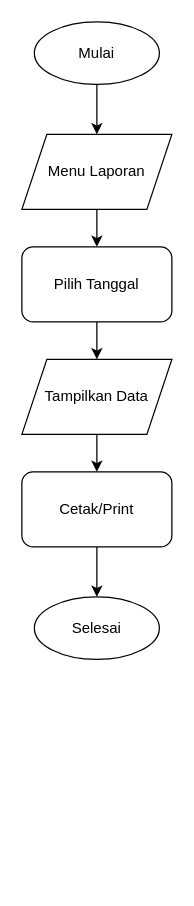
Earlier version of the draw.io diagram diagram/flowchart/11_admin_laporan.drawio (RajaSunrise/ud_zivana). Source tidied: cells renumbered, new cells numbered last; positions are measured from the earlier drawing's top-left corner, leaving out a move shared by most shapes. Both pictures are drawn from the tidied source at 125%, with x=0, y=0 at pixel (21, 21).
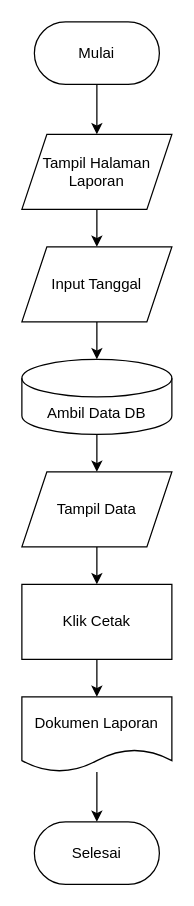
After the change.

What changed in the source:
```diff
@@
 <mxGraphModel>
   <root>
     <mxCell id="0" />
     <mxCell id="1" parent="0" />
-    <mxCell id="2" value="Mulai" style="ellipse;whiteSpace=wrap;html=1;" parent="1" vertex="1">
+    <mxCell id="2" value="Mulai" style="rounded=1;whiteSpace=wrap;html=1;arcSize=50;" parent="1" vertex="1">
       <mxGeometry x="10" width="100" height="50" as="geometry" />
     </mxCell>
-    <mxCell id="3" value="Menu Laporan" style="shape=parallelogram;perimeter=parallelogramPerimeter;whiteSpace=wrap;html=1;fixedSize=1;" parent="1" vertex="1">
+    <mxCell id="3" value="Tampil Halaman Laporan" style="shape=parallelogram;perimeter=parallelogramPerimeter;whiteSpace=wrap;html=1;fixedSize=1;" parent="1" vertex="1">
       <mxGeometry y="90" width="120" height="60" as="geometry" />
     </mxCell>
-    <mxCell id="4" value="Pilih Tanggal" style="rounded=1;whiteSpace=wrap;html=1;" parent="1" vertex="1">
+    <mxCell id="4" value="Input Tanggal" style="shape=parallelogram;perimeter=parallelogramPerimeter;whiteSpace=wrap;html=1;fixedSize=1;" parent="1" vertex="1">
       <mxGeometry y="180" width="120" height="60" as="geometry" />
     </mxCell>
-    <mxCell id="5" value="Tampilkan Data" style="shape=parallelogram;perimeter=parallelogramPerimeter;whiteSpace=wrap;html=1;fixedSize=1;" parent="1" vertex="1">
+    <mxCell id="5" value="Ambil Data DB" style="shape=cylinder3;whiteSpace=wrap;html=1;boundedLbl=1;backgroundOutline=1;size=15;" parent="1" vertex="1">
       <mxGeometry y="270" width="120" height="60" as="geometry" />
     </mxCell>
-    <mxCell id="6" value="Cetak/Print" style="rounded=1;whiteSpace=wrap;html=1;" parent="1" vertex="1">
+    <mxCell id="6" value="Tampil Data" style="shape=parallelogram;perimeter=parallelogramPerimeter;whiteSpace=wrap;html=1;fixedSize=1;" parent="1" vertex="1">
       <mxGeometry y="360" width="120" height="60" as="geometry" />
     </mxCell>
-    <mxCell id="7" value="Selesai" style="ellipse;whiteSpace=wrap;html=1;" parent="1" vertex="1">
-      <mxGeometry x="10" y="460" width="100" height="50" as="geometry" />
+    <mxCell id="7" value="Klik Cetak" style="rounded=0;whiteSpace=wrap;html=1;" parent="1" vertex="1">
+      <mxGeometry y="450" width="120" height="60" as="geometry" />
     </mxCell>
-    <mxCell id="8" style="edgeStyle=orthogonalEdgeStyle;rounded=0;jettySize=auto;html=1;" parent="1" edge="1" source="2" target="3">
-      <mxGeometry relative="1" as="geometry" />
+    <mxCell id="8" value="Dokumen Laporan" style="shape=document;whiteSpace=wrap;html=1;boundedLbl=1;" parent="1" vertex="1">
+      <mxGeometry y="540" width="120" height="60" as="geometry" />
     </mxCell>
-    <mxCell id="9" style="edgeStyle=orthogonalEdgeStyle;rounded=0;jettySize=auto;html=1;" parent="1" edge="1" source="3" target="4">
-      <mxGeometry relative="1" as="geometry" />
+    <mxCell id="9" value="Selesai" style="rounded=1;whiteSpace=wrap;html=1;arcSize=50;" parent="1" vertex="1">
+      <mxGeometry x="10" y="640" width="100" height="50" as="geometry" />
     </mxCell>
-    <mxCell id="10" style="edgeStyle=orthogonalEdgeStyle;rounded=0;jettySize=auto;html=1;" parent="1" edge="1" source="4" target="5">
+    <mxCell id="10" style="edgeStyle=orthogonalEdgeStyle;rounded=0;jettySize=auto;html=1;" parent="1" edge="1" source="2" target="3">
       <mxGeometry relative="1" as="geometry" />
     </mxCell>
-    <mxCell id="11" style="edgeStyle=orthogonalEdgeStyle;rounded=0;jettySize=auto;html=1;" parent="1" edge="1" source="5" target="6">
+    <mxCell id="11" style="edgeStyle=orthogonalEdgeStyle;rounded=0;jettySize=auto;html=1;" parent="1" edge="1" source="3" target="4">
       <mxGeometry relative="1" as="geometry" />
     </mxCell>
-    <mxCell id="12" style="edgeStyle=orthogonalEdgeStyle;rounded=0;jettySize=auto;html=1;" parent="1" edge="1" source="6" target="7">
+    <mxCell id="12" style="edgeStyle=orthogonalEdgeStyle;rounded=0;jettySize=auto;html=1;" parent="1" edge="1" source="4" target="5">
       <mxGeometry relative="1" as="geometry" />
     </mxCell>
+    <mxCell id="13" style="edgeStyle=orthogonalEdgeStyle;rounded=0;jettySize=auto;html=1;" parent="1" edge="1" source="5" target="6">
+      <mxGeometry relative="1" as="geometry" />
+    </mxCell>
+    <mxCell id="14" style="edgeStyle=orthogonalEdgeStyle;rounded=0;jettySize=auto;html=1;" parent="1" edge="1" source="6" target="7">
+      <mxGeometry relative="1" as="geometry" />
+    </mxCell>
+    <mxCell id="15" style="edgeStyle=orthogonalEdgeStyle;rounded=0;jettySize=auto;html=1;" parent="1" edge="1" source="7" target="8">
+      <mxGeometry relative="1" as="geometry" />
+    </mxCell>
+    <mxCell id="16" style="edgeStyle=orthogonalEdgeStyle;rounded=0;jettySize=auto;html=1;" parent="1" edge="1" source="8" target="9">
+      <mxGeometry relative="1" as="geometry" />
+    </mxCell>
   </root>
 </mxGraphModel>
```
